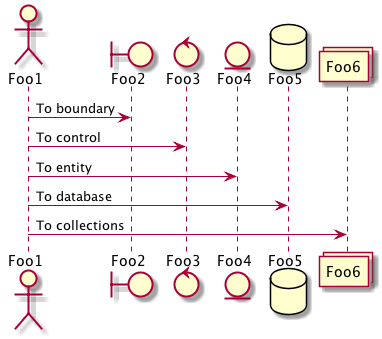
Before: 2017/11/25/spike-plantuml/declaring-participant.png, a diagram exported from PlantUML (jack2gs/jack2gs.github.io). The source it was exported from:
```plantuml
@startuml
actor Foo1
boundary Foo2
control Foo3
entity Foo4
database Foo5
collections Foo6
Foo1 -> Foo2 : To boundary
Foo1 -> Foo3 : To control
Foo1 -> Foo4 : To entity
Foo1 -> Foo5 : To database
Foo1 -> Foo6 : To collections
@enduml
```
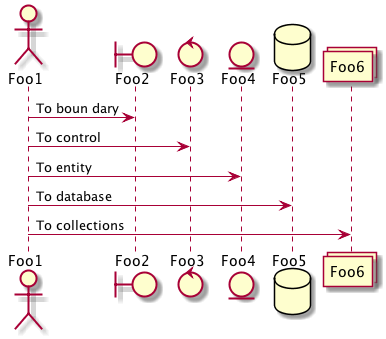
Later version of the same file.

The edit, as a diff of the source:
```diff
@@ -5,7 +5,7 @@
 entity Foo4
 database Foo5
 collections Foo6
-Foo1 -> Foo2 : To boundary
+Foo1 -> Foo2 : To boun dary
 Foo1 -> Foo3 : To control
 Foo1 -> Foo4 : To entity
 Foo1 -> Foo5 : To database
```
